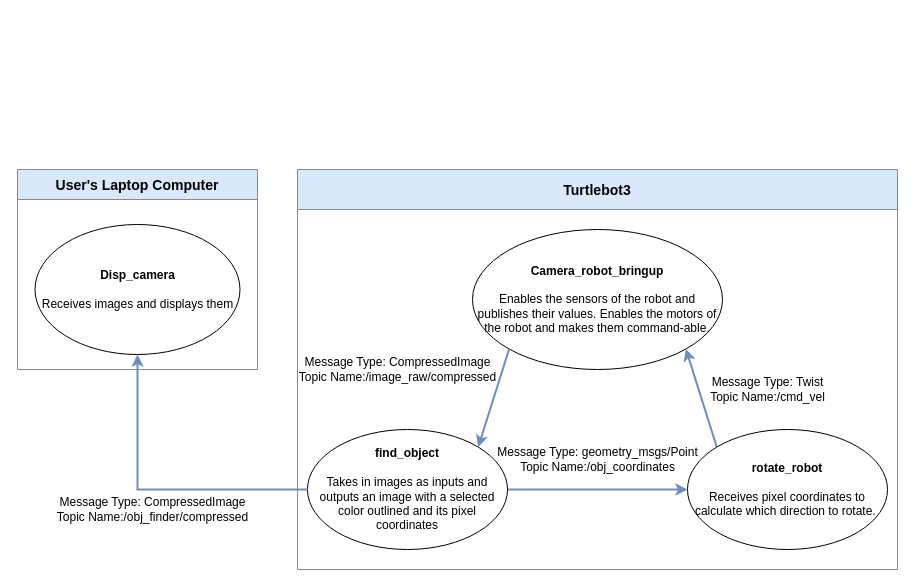
The draw.io diagram Lab2/Lab2.drawio in hcarius3/ME7785_RoboticsResearch, before the edit. Source tidied: cells renumbered, new cells numbered last; positions are measured from the earlier drawing's top-left corner, leaving out a move shared by most shapes. Both pictures are drawn from the tidied source at 100%, with x=0, y=0 at pixel (17, 17).
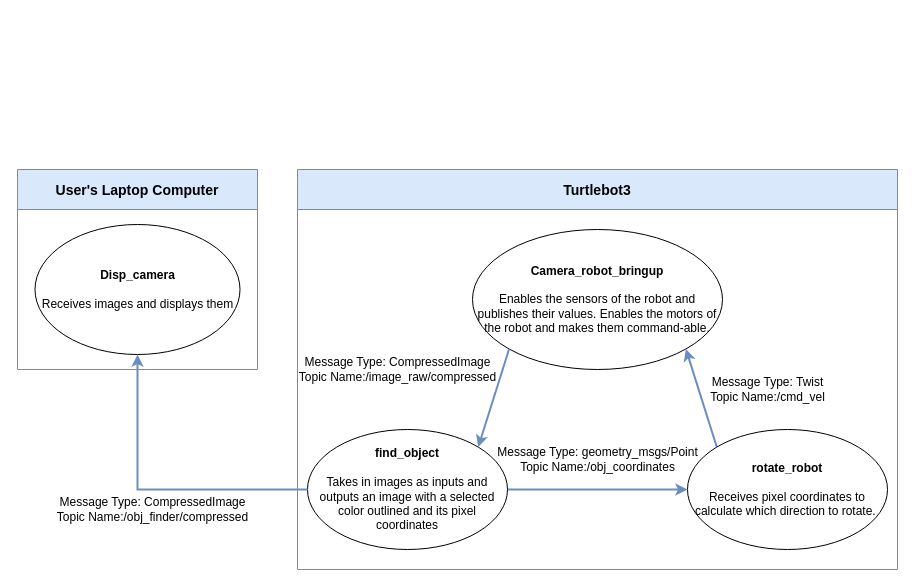
After the change.

The edit, as a diff of the source:
```diff
@@
 <mxGraphModel>
   <root>
     <mxCell id="0" />
     <mxCell id="1" parent="0" />
     <mxCell id="2" value="Message Type: CompressedImage&lt;div&gt;Topic Name:/obj_finder/compressed&lt;/div&gt;" style="text;html=1;align=center;verticalAlign=middle;strokeColor=none;fillColor=none;" parent="1" vertex="1">
       <mxGeometry x="30" y="472" width="210" height="40" as="geometry" />
     </mxCell>
     <mxCell id="3" style="text;html=1;align=center;verticalAlign=middle;strokeColor=none;fillColor=none;" parent="1" vertex="1">
       <mxGeometry x="550" width="20" height="30" as="geometry" />
     </mxCell>
-    <mxCell id="4" value="User's Laptop Computer" style="swimlane;startSize=30;horizontal=1;containerType=tree;fontSize=14;fillColor=#dae8fc;strokeColor=#6c8ebf;" parent="1" vertex="1">
+    <mxCell id="4" value="User's Laptop Computer" style="swimlane;startSize=40;horizontal=1;containerType=tree;fontSize=14;fillColor=#dae8fc;strokeColor=#6c8ebf;" parent="1" vertex="1">
       <mxGeometry y="152" width="240" height="200" as="geometry" />
     </mxCell>
     <mxCell id="5" value="&lt;b&gt;Disp_camera&lt;/b&gt;&lt;div&gt;&lt;b&gt;&lt;br&gt;&lt;/b&gt;&lt;/div&gt;&lt;div&gt;Receives images and displays them&lt;/div&gt;" style="ellipse;whiteSpace=wrap;html=1;" parent="4" vertex="1">
       <mxGeometry x="17.5" y="55" width="205" height="130" as="geometry" />
     </mxCell>
     <mxCell id="6" value="Turtlebot3" style="swimlane;startSize=40;horizontal=1;containerType=tree;fontSize=14;fillColor=#dae8fc;strokeColor=#6c8ebf;" parent="1" vertex="1">
       <mxGeometry x="280" y="152" width="600" height="400" as="geometry" />
     </mxCell>
     <mxCell id="7" style="rounded=0;jettySize=auto;html=1;exitX=0;exitY=0;exitDx=0;exitDy=0;entryX=1;entryY=1;entryDx=0;entryDy=0;strokeWidth=2;fillColor=#dae8fc;strokeColor=#6c8ebf;" parent="6" edge="1" source="8" target="12">
       <mxGeometry relative="1" as="geometry" />
     </mxCell>
     <mxCell id="8" value="&lt;b&gt;rotate_robot&lt;/b&gt;&lt;div&gt;&lt;b&gt;&lt;br&gt;&lt;/b&gt;&lt;/div&gt;&lt;div&gt;Receives pixel coordinates to calculate which direction to rotate.&amp;nbsp;&lt;/div&gt;" style="ellipse;whiteSpace=wrap;html=1;" parent="6" vertex="1">
       <mxGeometry x="390" y="260" width="200" height="120" as="geometry" />
     </mxCell>
     <mxCell id="9" value="Message Type: geometry_msgs/Point&lt;div&gt;Topic Name:/obj_coordinates&lt;/div&gt;" style="text;html=1;align=center;verticalAlign=middle;strokeColor=none;fillColor=none;" parent="6" vertex="1">
       <mxGeometry x="190" y="270" width="220" height="40" as="geometry" />
     </mxCell>
     <mxCell id="10" style="edgeStyle=orthogonalEdgeStyle;rounded=0;jettySize=auto;html=1;exitX=0;exitY=0.5;exitDx=0;exitDy=0;entryX=0;entryY=0.5;entryDx=0;entryDy=0;strokeWidth=2;fillColor=#dae8fc;strokeColor=#6c8ebf;" parent="6" edge="1" source="11" target="8">
       <mxGeometry relative="1" as="geometry" />
     </mxCell>
     <mxCell id="11" value="&lt;b&gt;find_object&lt;/b&gt;&lt;div&gt;&lt;b&gt;&lt;br&gt;&lt;/b&gt;&lt;/div&gt;&lt;div&gt;Takes in images as inputs and outputs an image with a selected color outlined and its pixel coordinates&lt;/div&gt;" style="ellipse;whiteSpace=wrap;html=1;direction=west;" parent="6" vertex="1">
       <mxGeometry x="10" y="260" width="200" height="120" as="geometry" />
     </mxCell>
     <mxCell id="12" value="&lt;b&gt;Camera_robot_bringup&lt;br&gt;&lt;/b&gt;&lt;div&gt;&lt;b&gt;&lt;br&gt;&lt;/b&gt;&lt;/div&gt;&lt;div&gt;Enables the sensors of the robot and publishes their values. Enables the motors of the robot and makes them command-able.&lt;/div&gt;" style="ellipse;whiteSpace=wrap;html=1;" parent="6" vertex="1">
       <mxGeometry x="175" y="60" width="250" height="140" as="geometry" />
     </mxCell>
     <mxCell id="13" value="Message Type: CompressedImage&lt;div&gt;Topic Name:/image_raw/compressed&lt;/div&gt;" style="text;html=1;align=center;verticalAlign=middle;strokeColor=none;fillColor=none;" parent="6" vertex="1">
       <mxGeometry x="-10" y="180" width="220" height="40" as="geometry" />
     </mxCell>
     <mxCell id="14" value="Message Type: Twist&lt;div&gt;Topic Name:/cmd_vel&lt;/div&gt;" style="text;html=1;align=center;verticalAlign=middle;strokeColor=none;fillColor=none;" parent="6" vertex="1">
       <mxGeometry x="400" y="200" width="140" height="40" as="geometry" />
     </mxCell>
     <mxCell id="15" style="rounded=0;jettySize=auto;html=1;exitX=0;exitY=1;exitDx=0;exitDy=0;entryX=0;entryY=1;entryDx=0;entryDy=0;strokeWidth=2;fillColor=#dae8fc;strokeColor=#6c8ebf;" parent="6" edge="1" source="12" target="11">
       <mxGeometry relative="1" as="geometry" />
     </mxCell>
     <mxCell id="16" style="edgeStyle=orthogonalEdgeStyle;rounded=0;jettySize=auto;html=1;exitX=1;exitY=0.5;exitDx=0;exitDy=0;entryX=0.5;entryY=1;entryDx=0;entryDy=0;strokeWidth=2;fillColor=#dae8fc;strokeColor=#6c8ebf;" parent="1" edge="1" source="11" target="5">
       <mxGeometry relative="1" as="geometry" />
     </mxCell>
   </root>
 </mxGraphModel>
```
